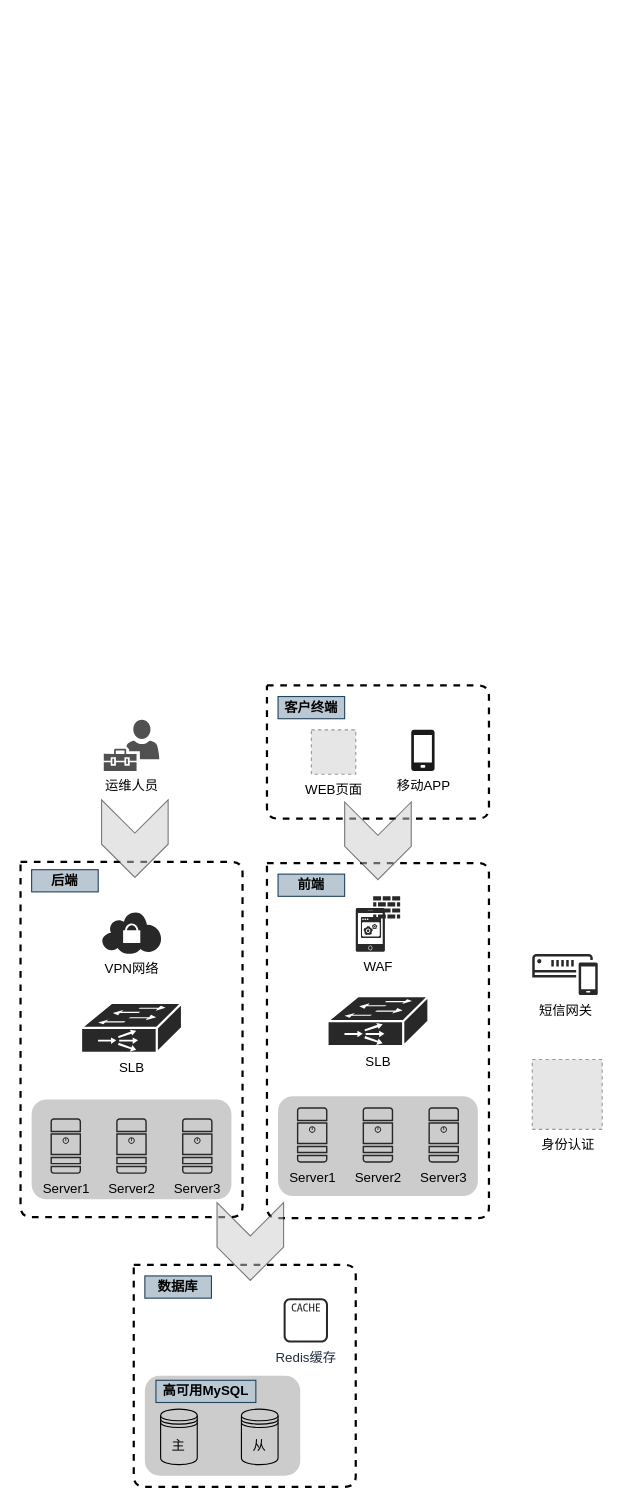
Earlier version of the draw.io diagram btc-map.drawio (yiuked/diagram). Source tidied: cells renumbered, new cells numbered last; positions are measured from the earlier drawing's top-left corner, leaving out a move shared by most shapes. Both pictures are drawn from the tidied source at 111%, with x=0, y=0 at pixel (20, 685). Pictures stored in the file or linked from it are replaced by grey dashed boxes.
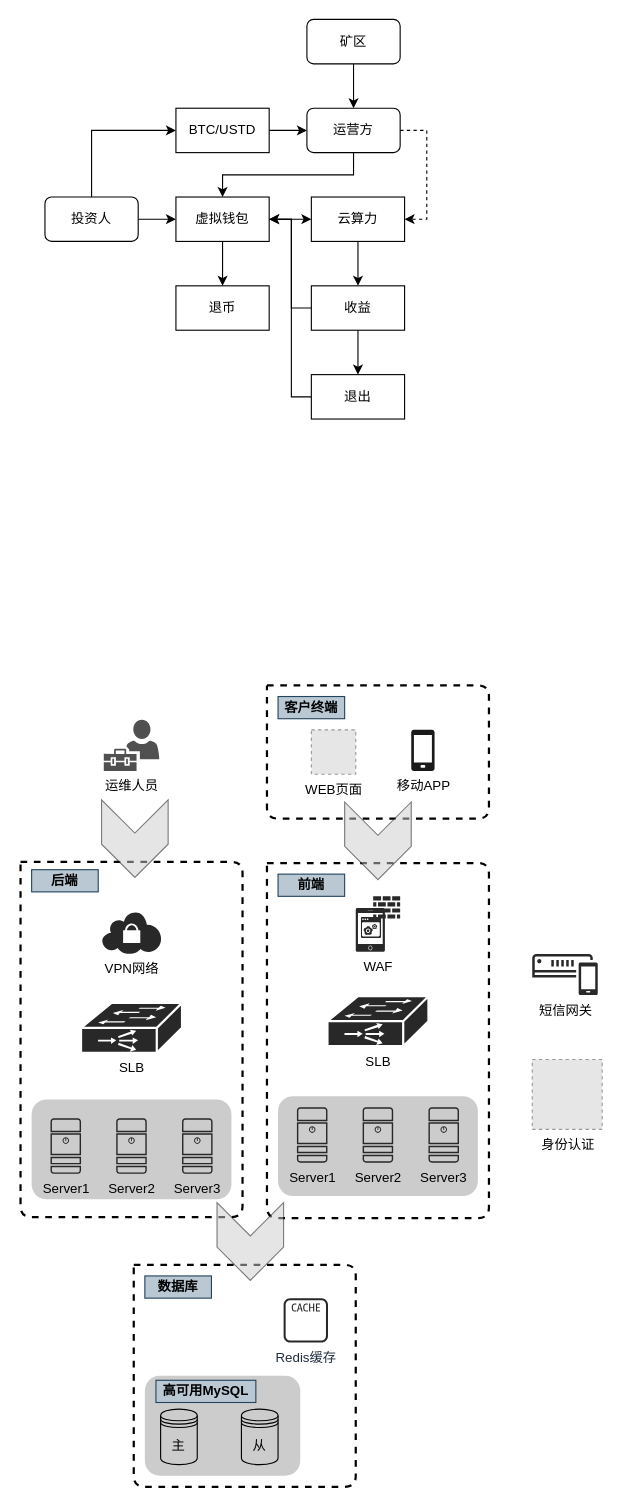
The same page after the edit.

Diff of the diagram source:
```diff
@@
+    <mxCell id="35" style="edgeStyle=orthogonalEdgeStyle;rounded=0;jettySize=auto;html=1;exitX=0.5;exitY=0;exitDx=0;exitDy=0;entryX=0;entryY=0.5;entryDx=0;entryDy=0;" parent="1" edge="1" source="37" target="39">
+      <mxGeometry relative="1" as="geometry" />
+    </mxCell>
+    <mxCell id="36" style="edgeStyle=orthogonalEdgeStyle;rounded=0;jettySize=auto;html=1;exitX=1;exitY=0.5;exitDx=0;exitDy=0;" parent="1" edge="1" source="37" target="47">
+      <mxGeometry relative="1" as="geometry" />
+    </mxCell>
+    <mxCell id="37" value="投资人" style="rounded=1;whiteSpace=wrap;html=1;" parent="1" vertex="1">
+      <mxGeometry x="22" y="-440" width="84" height="40" as="geometry" />
+    </mxCell>
+    <mxCell id="38" style="edgeStyle=orthogonalEdgeStyle;rounded=0;jettySize=auto;html=1;exitX=1;exitY=0.5;exitDx=0;exitDy=0;" parent="1" edge="1" source="39" target="42">
+      <mxGeometry relative="1" as="geometry" />
+    </mxCell>
+    <mxCell id="39" value="BTC/USTD" style="rounded=0;whiteSpace=wrap;html=1;" parent="1" vertex="1">
+      <mxGeometry x="140" y="-520" width="84" height="40" as="geometry" />
+    </mxCell>
+    <mxCell id="40" style="edgeStyle=orthogonalEdgeStyle;rounded=0;jettySize=auto;html=1;exitX=0.5;exitY=1;exitDx=0;exitDy=0;entryX=0.5;entryY=0;entryDx=0;entryDy=0;" parent="1" edge="1" source="42" target="47">
+      <mxGeometry relative="1" as="geometry" />
+    </mxCell>
+    <mxCell id="41" style="edgeStyle=orthogonalEdgeStyle;rounded=0;jettySize=auto;html=1;exitX=1;exitY=0.5;exitDx=0;exitDy=0;entryX=1;entryY=0.5;entryDx=0;entryDy=0;dashed=1;" parent="1" edge="1" source="42" target="50">
+      <mxGeometry relative="1" as="geometry" />
+    </mxCell>
+    <mxCell id="42" value="运营方" style="rounded=1;whiteSpace=wrap;html=1;" parent="1" vertex="1">
+      <mxGeometry x="258" y="-520" width="84" height="40" as="geometry" />
+    </mxCell>
+    <mxCell id="43" style="edgeStyle=orthogonalEdgeStyle;rounded=0;jettySize=auto;html=1;exitX=0.5;exitY=1;exitDx=0;exitDy=0;" parent="1" edge="1" source="44" target="42">
+      <mxGeometry relative="1" as="geometry" />
+    </mxCell>
+    <mxCell id="44" value="矿区" style="rounded=1;whiteSpace=wrap;html=1;" parent="1" vertex="1">
+      <mxGeometry x="258" y="-600" width="84" height="40" as="geometry" />
+    </mxCell>
+    <mxCell id="45" style="edgeStyle=orthogonalEdgeStyle;rounded=0;jettySize=auto;html=1;exitX=0.5;exitY=1;exitDx=0;exitDy=0;" parent="1" edge="1" source="47" target="48">
+      <mxGeometry relative="1" as="geometry" />
+    </mxCell>
+    <mxCell id="46" style="edgeStyle=orthogonalEdgeStyle;rounded=0;jettySize=auto;html=1;exitX=1;exitY=0.5;exitDx=0;exitDy=0;" parent="1" edge="1" source="47" target="50">
+      <mxGeometry relative="1" as="geometry" />
+    </mxCell>
+    <mxCell id="47" value="虚拟钱包" style="rounded=0;whiteSpace=wrap;html=1;" parent="1" vertex="1">
+      <mxGeometry x="140" y="-440" width="84" height="40" as="geometry" />
+    </mxCell>
+    <mxCell id="48" value="退币" style="rounded=0;whiteSpace=wrap;html=1;" parent="1" vertex="1">
+      <mxGeometry x="140" y="-360" width="84" height="40" as="geometry" />
+    </mxCell>
+    <mxCell id="49" style="edgeStyle=orthogonalEdgeStyle;rounded=0;jettySize=auto;html=1;exitX=0.5;exitY=1;exitDx=0;exitDy=0;" parent="1" edge="1" source="50" target="53">
+      <mxGeometry relative="1" as="geometry" />
+    </mxCell>
+    <mxCell id="50" value="云算力" style="rounded=0;whiteSpace=wrap;html=1;" parent="1" vertex="1">
+      <mxGeometry x="262" y="-440" width="84" height="40" as="geometry" />
+    </mxCell>
+    <mxCell id="51" style="edgeStyle=orthogonalEdgeStyle;rounded=0;jettySize=auto;html=1;exitX=0.5;exitY=1;exitDx=0;exitDy=0;" parent="1" edge="1" source="53" target="55">
+      <mxGeometry relative="1" as="geometry" />
+    </mxCell>
+    <mxCell id="52" style="edgeStyle=orthogonalEdgeStyle;rounded=0;jettySize=auto;html=1;exitX=0;exitY=0.5;exitDx=0;exitDy=0;entryX=1;entryY=0.5;entryDx=0;entryDy=0;" parent="1" edge="1" source="53" target="47">
+      <mxGeometry relative="1" as="geometry">
+        <Array as="points">
+          <mxPoint x="244" y="-340" />
+          <mxPoint x="244" y="-420" />
+        </Array>
+      </mxGeometry>
+    </mxCell>
+    <mxCell id="53" value="收益" style="rounded=0;whiteSpace=wrap;html=1;" parent="1" vertex="1">
+      <mxGeometry x="262" y="-360" width="84" height="40" as="geometry" />
+    </mxCell>
+    <mxCell id="54" style="edgeStyle=orthogonalEdgeStyle;rounded=0;jettySize=auto;html=1;exitX=0;exitY=0.5;exitDx=0;exitDy=0;entryX=1;entryY=0.5;entryDx=0;entryDy=0;" parent="1" edge="1" source="55" target="47">
+      <mxGeometry relative="1" as="geometry">
+        <Array as="points">
+          <mxPoint x="244" y="-260" />
+          <mxPoint x="244" y="-420" />
+        </Array>
+      </mxGeometry>
+    </mxCell>
+    <mxCell id="55" value="退出" style="rounded=0;whiteSpace=wrap;html=1;" parent="1" vertex="1">
+      <mxGeometry x="262" y="-280" width="84" height="40" as="geometry" />
+    </mxCell>
```
